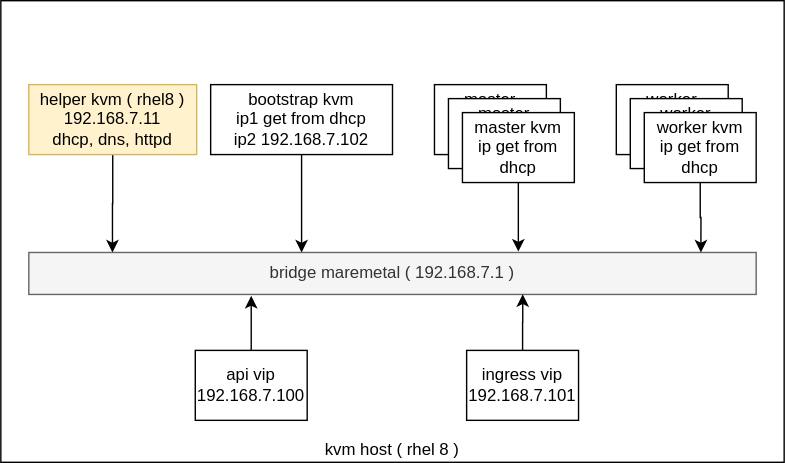
The draw.io diagram redhat/ocp4/4.6/dia/4.6.bm.ipi.drawio.svg in wangzheng422/docker_env, before a commit. Source tidied: cells renumbered, new cells last; positions are measured from the earlier drawing's top-left corner, leaving out a move shared by most shapes.
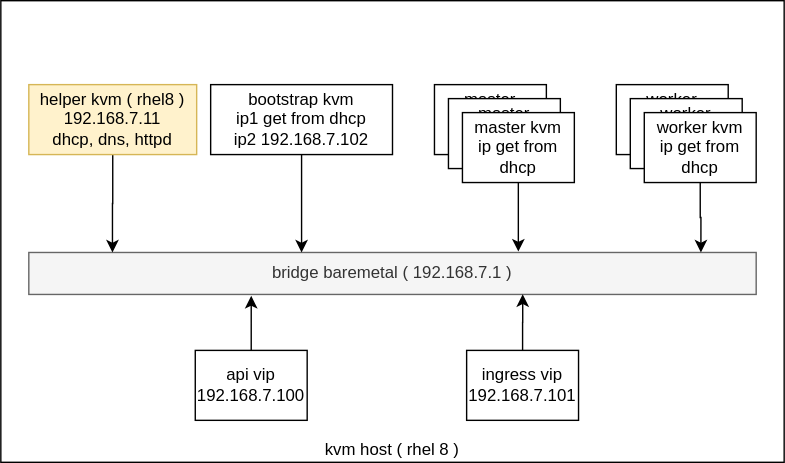
Later version of the same file.

Diff of the diagram source:
```diff
@@ -6,7 +6,7 @@
       <mxGeometry width="560" height="330" as="geometry" />
     </mxCell>
     <mxCell id="3" parent="0" />
-    <mxCell id="4" value="bridge maremetal ( 192.168.7.1 )" style="rounded=0;whiteSpace=wrap;html=1;fillColor=#f5f5f5;strokeColor=#666666;fontColor=#333333;" parent="3" vertex="1">
+    <mxCell id="4" value="bridge baremetal ( 192.168.7.1 )" style="rounded=0;whiteSpace=wrap;html=1;fillColor=#f5f5f5;strokeColor=#666666;fontColor=#333333;" parent="3" vertex="1">
       <mxGeometry x="20" y="180" width="520" height="30" as="geometry" />
     </mxCell>
     <mxCell id="5" style="edgeStyle=orthogonalEdgeStyle;rounded=0;jettySize=auto;html=1;entryX=0.115;entryY=0;entryDx=0;entryDy=0;entryPerimeter=0;" parent="3" edge="1" source="6" target="4">
```
